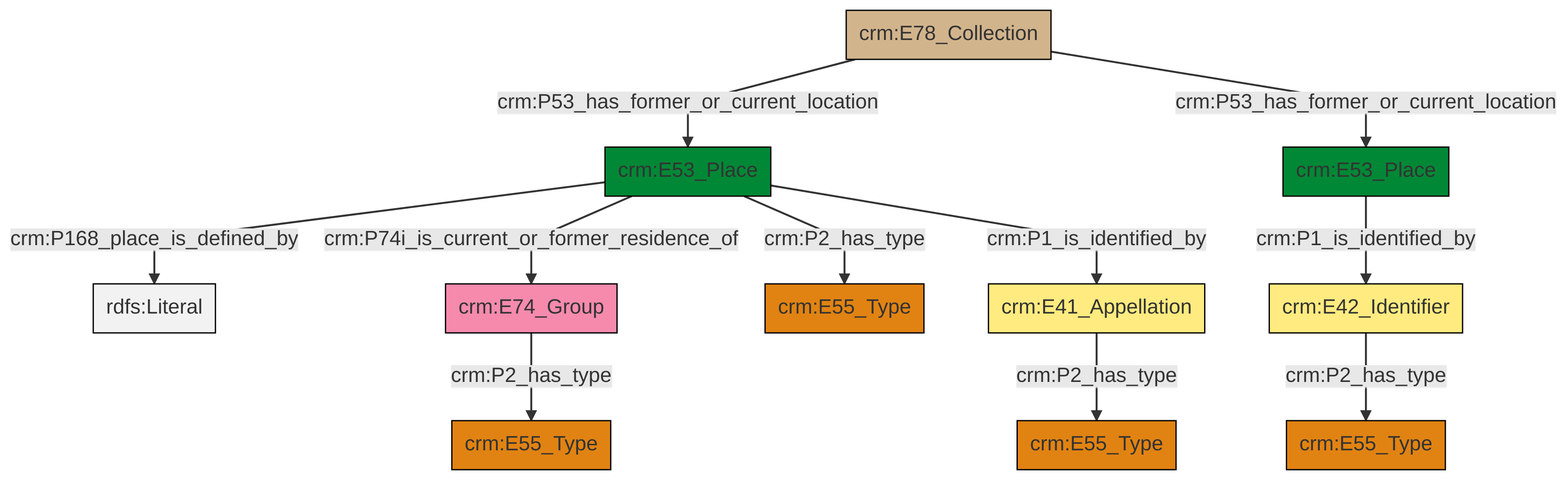
The Mermaid diagram et/archivalCSV/ttl/mmd/png/archival_location.png in swiss-art-research-net/docs.swissartresearch, before a commit. Its source is kept beside it as et/archivalCSV/ttl/mmd/archival_location.ttl.mmd.
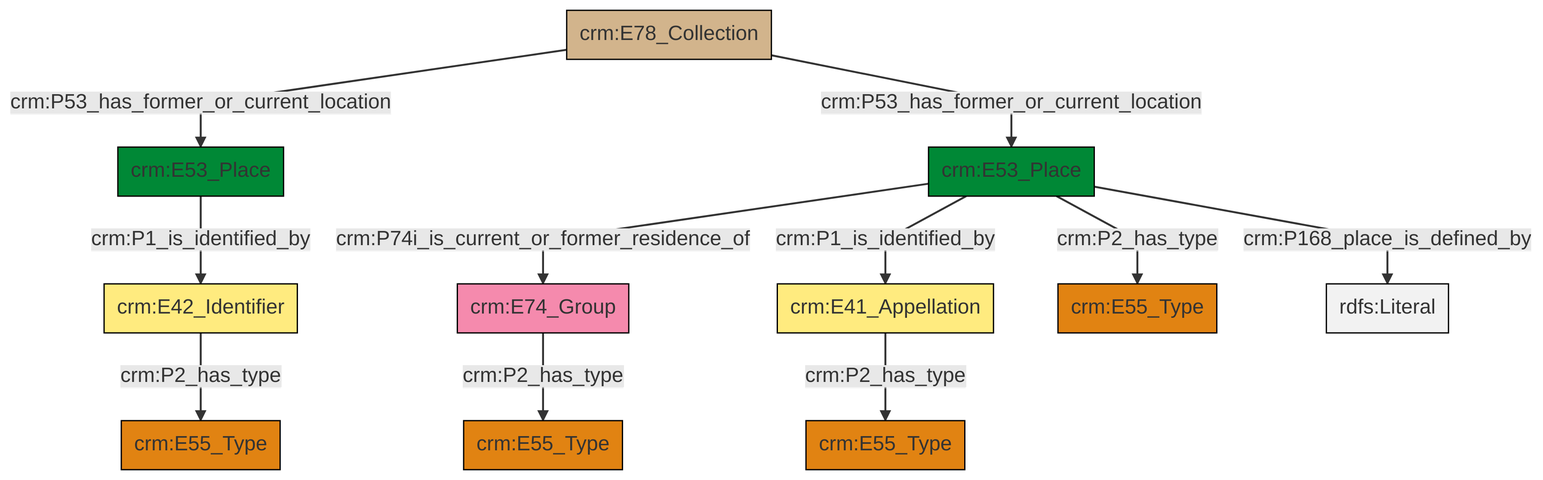
After the change.

The edit, as a diff of the source:
```diff
@@ -13,13 +13,13 @@
 classDef PC_Classes fill:#4ce600, stroke:#000000;
 classDef Multi fill:#cccccc,stroke:#000000;
 
-0["crm:E53_Place"]:::Place -->|crm:P168_place_is_defined_by| 1[rdfs:Literal]:::Literal
-0["crm:E53_Place"]:::Place -->|crm:P74i_is_current_or_former_residence_of| 6["crm:E74_Group"]:::Actor
-7["crm:E78_Collection"]:::Physical_Thing -->|crm:P53_has_former_or_current_location| 0["crm:E53_Place"]:::Place
-4["crm:E41_Appellation"]:::Appellation -->|crm:P2_has_type| 2["crm:E55_Type"]:::Type
-7["crm:E78_Collection"]:::Physical_Thing -->|crm:P53_has_former_or_current_location| 11["crm:E53_Place"]:::Place
-0["crm:E53_Place"]:::Place -->|crm:P2_has_type| 12["crm:E55_Type"]:::Type
-0["crm:E53_Place"]:::Place -->|crm:P1_is_identified_by| 4["crm:E41_Appellation"]:::Appellation
-6["crm:E74_Group"]:::Actor -->|crm:P2_has_type| 14["crm:E55_Type"]:::Type
-8["crm:E42_Identifier"]:::Appellation -->|crm:P2_has_type| 18["crm:E55_Type"]:::Type
-11["crm:E53_Place"]:::Place -->|crm:P1_is_identified_by| 8["crm:E42_Identifier"]:::Appellation
+4["crm:E53_Place"]:::Place -->|crm:P1_is_identified_by| 5["crm:E42_Identifier"]:::Appellation
+2["crm:E78_Collection"]:::Physical_Thing -->|crm:P53_has_former_or_current_location| 4["crm:E53_Place"]:::Place
+9["crm:E74_Group"]:::Actor -->|crm:P2_has_type| 10["crm:E55_Type"]:::Type
+6["crm:E41_Appellation"]:::Appellation -->|crm:P2_has_type| 0["crm:E55_Type"]:::Type
+11["crm:E53_Place"]:::Place -->|crm:P2_has_type| 12["crm:E55_Type"]:::Type
+11["crm:E53_Place"]:::Place -->|crm:P74i_is_current_or_former_residence_of| 9["crm:E74_Group"]:::Actor
+2["crm:E78_Collection"]:::Physical_Thing -->|crm:P53_has_former_or_current_location| 11["crm:E53_Place"]:::Place
+5["crm:E42_Identifier"]:::Appellation -->|crm:P2_has_type| 14["crm:E55_Type"]:::Type
+11["crm:E53_Place"]:::Place -->|crm:P1_is_identified_by| 6["crm:E41_Appellation"]:::Appellation
+11["crm:E53_Place"]:::Place -->|crm:P168_place_is_defined_by| 23[rdfs:Literal]:::Literal
```
